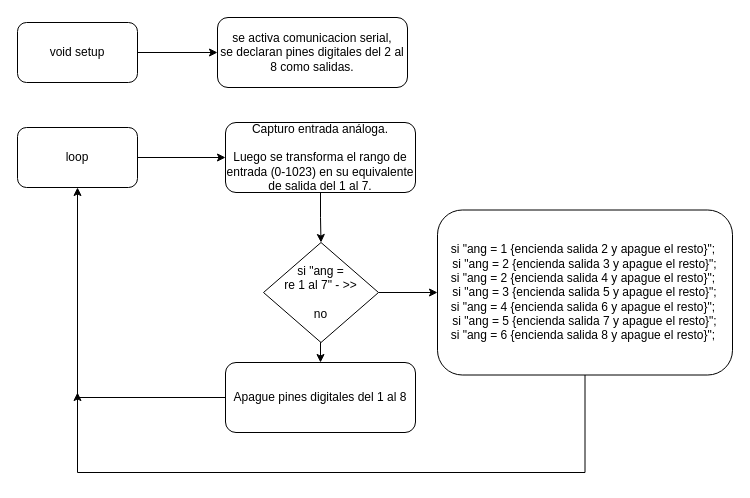
shidoaxl/ELECTIVA-4 keeps this draw.io diagram as LED_VS_POTENCIOMETRO.drawio. Above is the earlier version. Source tidied: cells renumbered, new cells numbered last; positions are measured from the earlier drawing's top-left corner, leaving out a move shared by most shapes. Both pictures are drawn from the tidied source at 100%, with x=0, y=0 at pixel (17, 17).
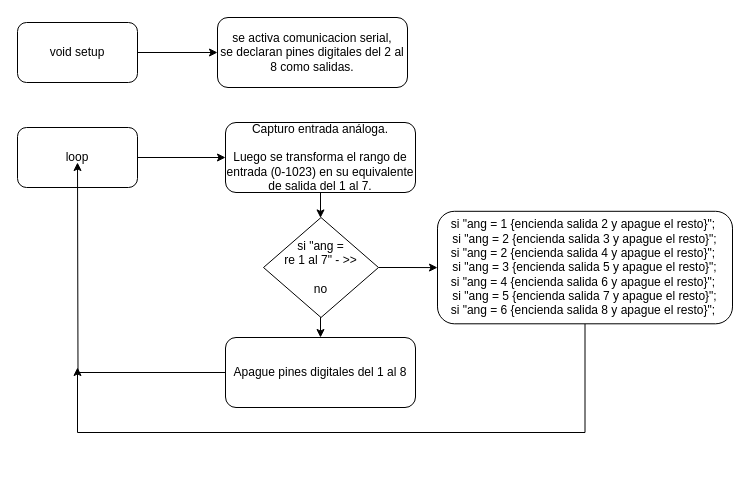
The same diagram, later.

The change refers to these unchanged cells:
```xml
<mxCell id="6" value="loop&lt;br&gt;" style="rounded=1;whiteSpace=wrap;html=1;" parent="1" vertex="1">
  <mxGeometry y="110" width="120" height="60" as="geometry" />
</mxCell>
<mxCell id="8" value="Capturo entrada análoga. &lt;br&gt;&lt;br&gt;Luego se transforma el rango de entrada (0-1023) en su equivalente de salida del 1 al 7.&lt;br&gt;" style="rounded=1;whiteSpace=wrap;html=1;" parent="1" vertex="1">
  <mxGeometry x="208" y="105" width="190" height="70" as="geometry" />
</mxCell>
```

The edit, as a diff of the source:
```diff
@@
-    <mxCell id="7" style="edgeStyle=orthogonalEdgeStyle;rounded=0;jettySize=auto;html=1;" parent="1" edge="1" source="8" target="13">
-      <mxGeometry relative="1" as="geometry" />
+    <mxCell id="7" style="edgeStyle=orthogonalEdgeStyle;rounded=0;jettySize=auto;html=1;" parent="1" edge="1" target="13">
+      <mxGeometry relative="1" as="geometry">
+        <mxPoint x="303" y="150" as="sourcePoint" />
+      </mxGeometry>
     </mxCell>
@@
     <mxCell id="9" style="edgeStyle=orthogonalEdgeStyle;rounded=0;jettySize=auto;html=1;" parent="1" edge="1" source="10">
       <mxGeometry relative="1" as="geometry">
-        <mxPoint x="60" y="375" as="targetPoint" />
+        <mxPoint x="60" y="350" as="targetPoint" />
         <Array as="points">
-          <mxPoint x="567" y="455" />
-          <mxPoint x="60" y="455" />
+          <mxPoint x="567" y="415" />
+          <mxPoint x="60" y="415" />
         </Array>
       </mxGeometry>
     </mxCell>
     <mxCell id="10" value="si &quot;ang = 1 {encienda salida 2 y apague el resto}&quot;;&amp;nbsp;&lt;br&gt;si &quot;ang = 2 {encienda salida 3 y apague el resto}&quot;; &lt;br&gt;si &quot;ang = 2 {encienda salida 4 y apague el resto}&quot;;&amp;nbsp;&lt;br&gt;si &quot;ang = 3 {encienda salida 5 y apague el resto}&quot;; &lt;br&gt;si &quot;ang = 4 {encienda salida 6 y apague el resto}&quot;;&amp;nbsp;&lt;br&gt;si &quot;ang = 5 {encienda salida 7 y apague el resto}&quot;; &lt;br&gt;si &quot;ang = 6 {encienda salida 8 y apague el resto}&quot;;&amp;nbsp;&lt;br&gt;" style="rounded=1;whiteSpace=wrap;html=1;" parent="1" vertex="1">
-      <mxGeometry x="420" y="192.5" width="295" height="165" as="geometry" />
+      <mxGeometry x="420" y="193.8" width="295" height="112.5" as="geometry" />
     </mxCell>
     <mxCell id="11" style="edgeStyle=orthogonalEdgeStyle;rounded=0;jettySize=auto;html=1;entryX=0.5;entryY=0;entryDx=0;entryDy=0;" parent="1" edge="1" source="13" target="15">
       <mxGeometry relative="1" as="geometry">
         <Array as="points">
-          <mxPoint x="293" y="317" />
-          <mxPoint x="290" y="317" />
+          <mxPoint x="293" y="292" />
+          <mxPoint x="290" y="292" />
         </Array>
       </mxGeometry>
     </mxCell>
@@
     <mxCell id="13" value="si &quot;ang = &lt;br&gt;re 1 al 7&quot; - &amp;gt;&amp;gt;&lt;br&gt;&lt;br&gt; no&lt;br&gt;" style="rhombus;whiteSpace=wrap;html=1;" parent="1" vertex="1">
-      <mxGeometry x="246" y="225" width="115" height="100" as="geometry" />
+      <mxGeometry x="246" y="200" width="115" height="100" as="geometry" />
     </mxCell>
-    <mxCell id="14" style="edgeStyle=orthogonalEdgeStyle;rounded=0;jettySize=auto;html=1;entryX=0.5;entryY=1;entryDx=0;entryDy=0;" parent="1" edge="1" source="15" target="6">
-      <mxGeometry relative="1" as="geometry" />
+    <mxCell id="14" style="edgeStyle=orthogonalEdgeStyle;rounded=0;jettySize=auto;html=1;entryX=0.5;entryY=1;entryDx=0;entryDy=0;" parent="1" edge="1" source="15">
+      <mxGeometry relative="1" as="geometry">
+        <mxPoint x="60" y="145" as="targetPoint" />
+      </mxGeometry>
     </mxCell>
     <mxCell id="15" value="Apague pines digitales del 1 al 8" style="rounded=1;whiteSpace=wrap;html=1;" parent="1" vertex="1">
-      <mxGeometry x="208" y="345" width="190" height="70" as="geometry" />
+      <mxGeometry x="208" y="320" width="190" height="70" as="geometry" />
     </mxCell>
```
